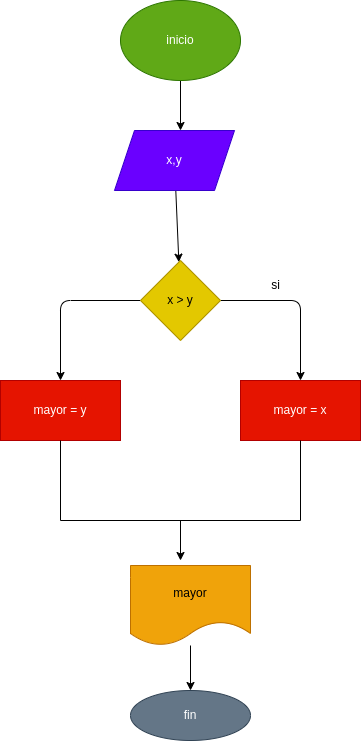
Earlier version of the draw.io export diagraama.png (tararzona2006/mayor_2enteros). Source tidied: cells renumbered, new cells last; positions are measured from the earlier drawing's top-left corner, leaving out a move shared by most shapes. Source of this version:
```xml
<mxGraphModel>
  <root>
    <mxCell id="0" />
    <mxCell id="1" parent="0" />
    <mxCell id="2" style="edgeStyle=none;html=1;" parent="1" edge="1" source="3">
      <mxGeometry relative="1" as="geometry">
        <mxPoint x="180" y="130" as="targetPoint" />
      </mxGeometry>
    </mxCell>
    <mxCell id="3" value="inicio" style="ellipse;whiteSpace=wrap;html=1;fillColor=#60a917;fontColor=#ffffff;strokeColor=#2D7600;" parent="1" vertex="1">
      <mxGeometry x="120" width="120" height="80" as="geometry" />
    </mxCell>
    <mxCell id="4" style="edgeStyle=none;html=1;" parent="1" edge="1" source="5" target="8">
      <mxGeometry relative="1" as="geometry" />
    </mxCell>
    <mxCell id="5" value="x,y" style="shape=parallelogram;perimeter=parallelogramPerimeter;whiteSpace=wrap;html=1;fixedSize=1;fillColor=#6a00ff;fontColor=#ffffff;strokeColor=#3700CC;" parent="1" vertex="1">
      <mxGeometry x="114" y="130" width="120" height="60" as="geometry" />
    </mxCell>
    <mxCell id="6" style="edgeStyle=none;html=1;" parent="1" edge="1" source="8">
      <mxGeometry relative="1" as="geometry">
        <mxPoint x="300" y="380" as="targetPoint" />
        <Array as="points">
          <mxPoint x="300" y="300" />
        </Array>
      </mxGeometry>
    </mxCell>
    <mxCell id="7" style="edgeStyle=none;html=1;" parent="1" edge="1" source="8">
      <mxGeometry relative="1" as="geometry">
        <mxPoint x="60" y="380" as="targetPoint" />
        <Array as="points">
          <mxPoint x="60" y="300" />
        </Array>
      </mxGeometry>
    </mxCell>
    <mxCell id="8" value="x &amp;gt; y" style="rhombus;whiteSpace=wrap;html=1;fillColor=#e3c800;fontColor=#000000;strokeColor=#B09500;" parent="1" vertex="1">
      <mxGeometry x="140" y="260" width="80" height="80" as="geometry" />
    </mxCell>
    <mxCell id="9" value="mayor = x" style="rounded=0;whiteSpace=wrap;html=1;fillColor=#e51400;fontColor=#ffffff;strokeColor=#B20000;" parent="1" vertex="1">
      <mxGeometry x="240" y="380" width="120" height="60" as="geometry" />
    </mxCell>
    <mxCell id="10" value="si" style="text;html=1;align=center;verticalAlign=middle;strokeColor=none;fillColor=none;" parent="1" vertex="1">
      <mxGeometry x="260" y="270" width="30" height="30" as="geometry" />
    </mxCell>
    <mxCell id="11" value="mayor = y" style="rounded=0;whiteSpace=wrap;html=1;fillColor=#e51400;fontColor=#ffffff;strokeColor=#B20000;" parent="1" vertex="1">
      <mxGeometry y="380" width="120" height="60" as="geometry" />
    </mxCell>
    <mxCell id="12" style="edgeStyle=none;html=1;" parent="1" edge="1" source="13">
      <mxGeometry relative="1" as="geometry">
        <mxPoint x="180" y="560" as="targetPoint" />
      </mxGeometry>
    </mxCell>
    <mxCell id="13" style="shape=partialRectangle;whiteSpace=wrap;html=1;bottom=1;right=1;left=1;top=0;fillColor=none;routingCenterX=-0.5;" parent="1" vertex="1">
      <mxGeometry x="60" y="440" width="240" height="80" as="geometry" />
    </mxCell>
    <mxCell id="14" style="edgeStyle=none;html=1;" parent="1" edge="1" source="15">
      <mxGeometry relative="1" as="geometry">
        <mxPoint x="190" y="690" as="targetPoint" />
      </mxGeometry>
    </mxCell>
    <mxCell id="15" value="mayor" style="shape=document;whiteSpace=wrap;html=1;boundedLbl=1;fillColor=#f0a30a;fontColor=#000000;strokeColor=#BD7000;" parent="1" vertex="1">
      <mxGeometry x="130" y="565" width="120" height="80" as="geometry" />
    </mxCell>
    <mxCell id="16" value="fin" style="ellipse;whiteSpace=wrap;html=1;fillColor=#647687;fontColor=#ffffff;strokeColor=#314354;" parent="1" vertex="1">
      <mxGeometry x="130" y="690" width="120" height="50" as="geometry" />
    </mxCell>
  </root>
</mxGraphModel>
```
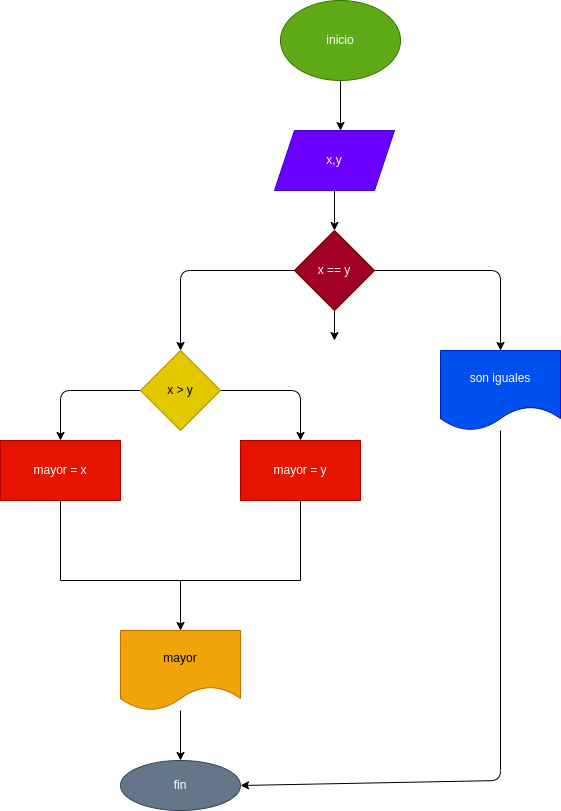
Later version of the same file.

Commit message:
se creo el diagrama de flujo yy se agrego el REAADME

The edit, as a diff of the source:
```diff
@@ -10,58 +10,91 @@
     <mxCell id="3" value="inicio" style="ellipse;whiteSpace=wrap;html=1;fillColor=#60a917;fontColor=#ffffff;strokeColor=#2D7600;" parent="1" vertex="1">
       <mxGeometry x="120" width="120" height="80" as="geometry" />
     </mxCell>
-    <mxCell id="4" style="edgeStyle=none;html=1;" parent="1" edge="1" source="5" target="8">
-      <mxGeometry relative="1" as="geometry" />
+    <mxCell id="4" style="edgeStyle=none;html=1;" parent="1" edge="1" source="5">
+      <mxGeometry relative="1" as="geometry">
+        <mxPoint x="174" y="230" as="targetPoint" />
+      </mxGeometry>
     </mxCell>
     <mxCell id="5" value="x,y" style="shape=parallelogram;perimeter=parallelogramPerimeter;whiteSpace=wrap;html=1;fixedSize=1;fillColor=#6a00ff;fontColor=#ffffff;strokeColor=#3700CC;" parent="1" vertex="1">
       <mxGeometry x="114" y="130" width="120" height="60" as="geometry" />
     </mxCell>
-    <mxCell id="6" style="edgeStyle=none;html=1;" parent="1" edge="1" source="8">
-      <mxGeometry relative="1" as="geometry">
-        <mxPoint x="300" y="380" as="targetPoint" />
-        <Array as="points">
-          <mxPoint x="300" y="300" />
-        </Array>
-      </mxGeometry>
-    </mxCell>
-    <mxCell id="7" style="edgeStyle=none;html=1;" parent="1" edge="1" source="8">
-      <mxGeometry relative="1" as="geometry">
-        <mxPoint x="60" y="380" as="targetPoint" />
-        <Array as="points">
-          <mxPoint x="60" y="300" />
-        </Array>
-      </mxGeometry>
-    </mxCell>
+    <mxCell id="17" style="edgeStyle=none;html=1;exitX=1;exitY=0.5;exitDx=0;exitDy=0;" parent="1" edge="1" source="8">
+      <mxGeometry relative="1" as="geometry">
+        <mxPoint x="140" y="440" as="targetPoint" />
+        <Array as="points">
+          <mxPoint x="140" y="390" />
+        </Array>
+      </mxGeometry>
+    </mxCell>
+    <mxCell id="18" style="edgeStyle=none;html=1;" parent="1" edge="1" source="8">
+      <mxGeometry relative="1" as="geometry">
+        <mxPoint x="-100" y="440" as="targetPoint" />
+        <Array as="points">
+          <mxPoint x="-100" y="390" />
+        </Array>
+      </mxGeometry>
+    </mxCell>
     <mxCell id="8" value="x &amp;gt; y" style="rhombus;whiteSpace=wrap;html=1;fillColor=#e3c800;fontColor=#000000;strokeColor=#B09500;" parent="1" vertex="1">
-      <mxGeometry x="140" y="260" width="80" height="80" as="geometry" />
+      <mxGeometry x="-20" y="350" width="80" height="80" as="geometry" />
     </mxCell>
     <mxCell id="9" value="mayor = x" style="rounded=0;whiteSpace=wrap;html=1;fillColor=#e51400;fontColor=#ffffff;strokeColor=#B20000;" parent="1" vertex="1">
-      <mxGeometry x="240" y="380" width="120" height="60" as="geometry" />
+      <mxGeometry x="-160" y="440" width="120" height="60" as="geometry" />
     </mxCell>
-    <mxCell id="10" value="si" style="text;html=1;align=center;verticalAlign=middle;strokeColor=none;fillColor=none;" parent="1" vertex="1">
-      <mxGeometry x="260" y="270" width="30" height="30" as="geometry" />
-    </mxCell>
     <mxCell id="11" value="mayor = y" style="rounded=0;whiteSpace=wrap;html=1;fillColor=#e51400;fontColor=#ffffff;strokeColor=#B20000;" parent="1" vertex="1">
-      <mxGeometry y="380" width="120" height="60" as="geometry" />
+      <mxGeometry x="80" y="440" width="120" height="60" as="geometry" />
     </mxCell>
-    <mxCell id="12" style="edgeStyle=none;html=1;" parent="1" edge="1" source="13">
-      <mxGeometry relative="1" as="geometry">
-        <mxPoint x="180" y="560" as="targetPoint" />
-      </mxGeometry>
-    </mxCell>
-    <mxCell id="13" style="shape=partialRectangle;whiteSpace=wrap;html=1;bottom=1;right=1;left=1;top=0;fillColor=none;routingCenterX=-0.5;" parent="1" vertex="1">
-      <mxGeometry x="60" y="440" width="240" height="80" as="geometry" />
-    </mxCell>
-    <mxCell id="14" style="edgeStyle=none;html=1;" parent="1" edge="1" source="15">
-      <mxGeometry relative="1" as="geometry">
-        <mxPoint x="190" y="690" as="targetPoint" />
-      </mxGeometry>
-    </mxCell>
+    <mxCell id="19" style="edgeStyle=none;html=1;" parent="1" edge="1" source="15">
+      <mxGeometry relative="1" as="geometry">
+        <mxPoint x="20" y="760" as="targetPoint" />
+      </mxGeometry>
+    </mxCell>
     <mxCell id="15" value="mayor" style="shape=document;whiteSpace=wrap;html=1;boundedLbl=1;fillColor=#f0a30a;fontColor=#000000;strokeColor=#BD7000;" parent="1" vertex="1">
-      <mxGeometry x="130" y="565" width="120" height="80" as="geometry" />
+      <mxGeometry x="-40" y="630" width="120" height="80" as="geometry" />
     </mxCell>
     <mxCell id="16" value="fin" style="ellipse;whiteSpace=wrap;html=1;fillColor=#647687;fontColor=#ffffff;strokeColor=#314354;" parent="1" vertex="1">
-      <mxGeometry x="130" y="690" width="120" height="50" as="geometry" />
+      <mxGeometry x="-40" y="760" width="120" height="50" as="geometry" />
     </mxCell>
+    <mxCell id="20" style="edgeStyle=none;html=1;" parent="1" edge="1" source="23">
+      <mxGeometry relative="1" as="geometry">
+        <mxPoint x="174" y="340" as="targetPoint" />
+      </mxGeometry>
+    </mxCell>
+    <mxCell id="21" style="edgeStyle=none;html=1;exitX=1;exitY=0.5;exitDx=0;exitDy=0;" parent="1" edge="1" source="23">
+      <mxGeometry relative="1" as="geometry">
+        <mxPoint x="340" y="350" as="targetPoint" />
+        <Array as="points">
+          <mxPoint x="340" y="270" />
+        </Array>
+      </mxGeometry>
+    </mxCell>
+    <mxCell id="22" style="edgeStyle=none;html=1;" parent="1" edge="1" source="23">
+      <mxGeometry relative="1" as="geometry">
+        <mxPoint x="20" y="350" as="targetPoint" />
+        <Array as="points">
+          <mxPoint x="20" y="270" />
+        </Array>
+      </mxGeometry>
+    </mxCell>
+    <mxCell id="23" value="x == y" style="rhombus;whiteSpace=wrap;html=1;fillColor=#a20025;fontColor=#ffffff;strokeColor=#6F0000;" parent="1" vertex="1">
+      <mxGeometry x="134" y="230" width="80" height="80" as="geometry" />
+    </mxCell>
+    <mxCell id="24" style="edgeStyle=none;html=1;entryX=1;entryY=0.5;entryDx=0;entryDy=0;" parent="1" edge="1" source="25" target="16">
+      <mxGeometry relative="1" as="geometry">
+        <Array as="points">
+          <mxPoint x="340" y="780" />
+        </Array>
+      </mxGeometry>
+    </mxCell>
+    <mxCell id="25" value="son iguales" style="shape=document;whiteSpace=wrap;html=1;boundedLbl=1;fillColor=#0050ef;fontColor=#ffffff;strokeColor=#001DBC;" parent="1" vertex="1">
+      <mxGeometry x="280" y="350" width="120" height="80" as="geometry" />
+    </mxCell>
+    <mxCell id="26" style="edgeStyle=none;html=1;" parent="1" edge="1" source="27">
+      <mxGeometry relative="1" as="geometry">
+        <mxPoint x="20" y="630" as="targetPoint" />
+      </mxGeometry>
+    </mxCell>
+    <mxCell id="27" style="shape=partialRectangle;whiteSpace=wrap;html=1;bottom=1;right=1;left=1;top=0;fillColor=none;routingCenterX=-0.5;" parent="1" vertex="1">
+      <mxGeometry x="-100" y="500" width="240" height="80" as="geometry" />
+    </mxCell>
   </root>
 </mxGraphModel>
```
